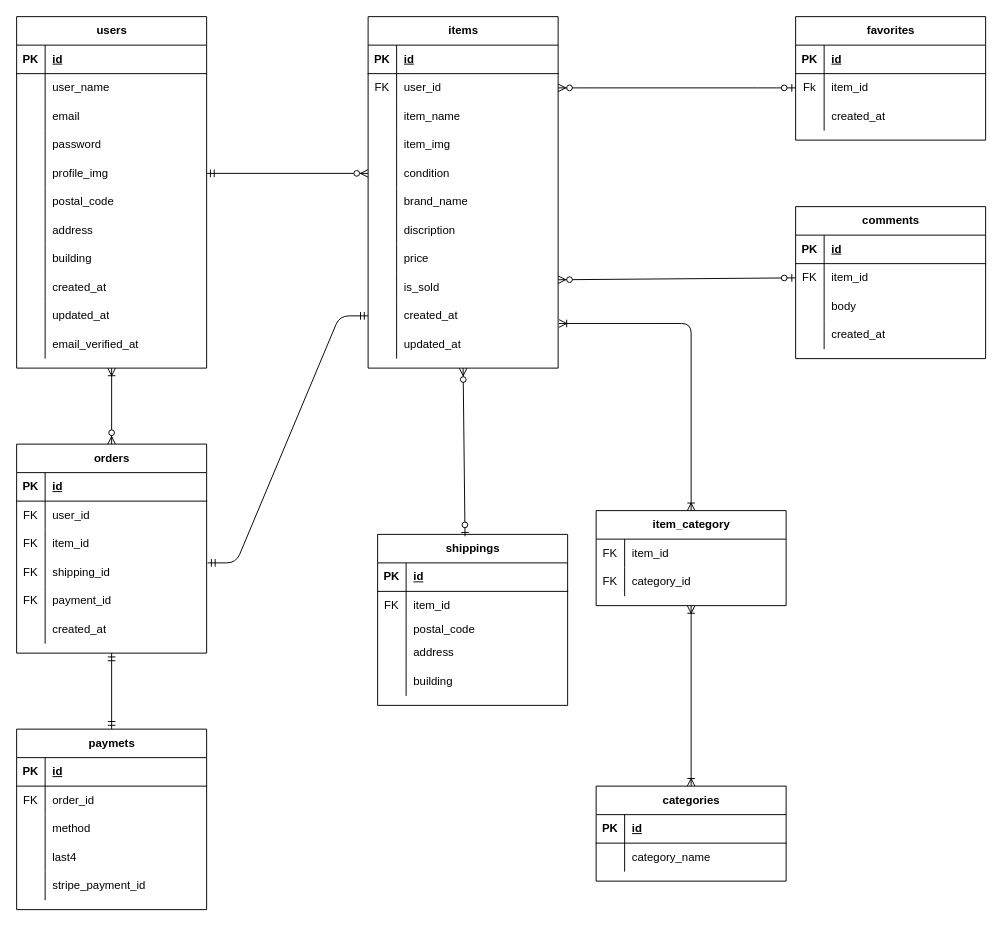
Before: flea-market-app.dio in hosokawauso/flea-market-app, a draw.io diagram. Source tidied: cells renumbered, new cells numbered last; positions are measured from the earlier drawing's top-left corner, leaving out a move shared by most shapes. Both pictures are drawn from the tidied source at 95%, with x=0, y=0 at pixel (16, 16).
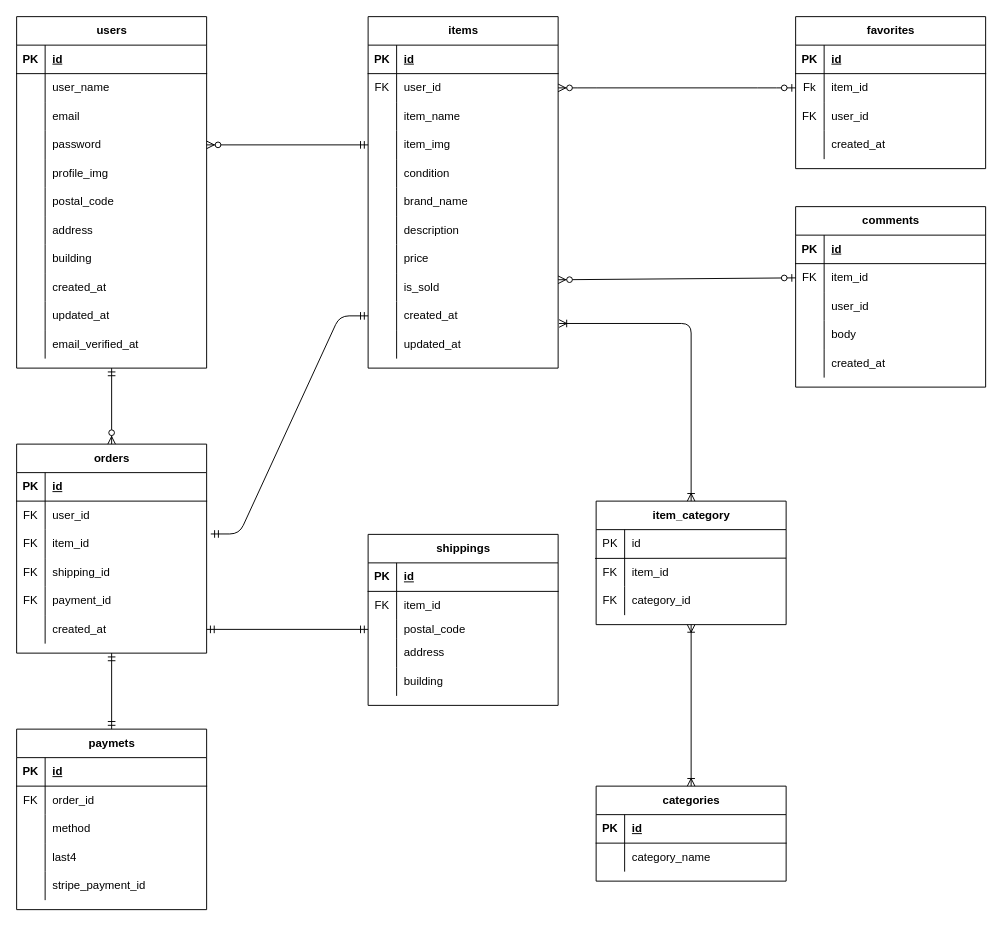
The same diagram, later.

The change refers to these unchanged cells:
```xml
<mxCell id="25" value="users" style="shape=table;startSize=30;childLayout=tableLayout;rowLines=0;fontStyle=1;align=center;html=1;" parent="1" vertex="1">
  <mxGeometry width="200" height="370" as="geometry" />
</mxCell>
<mxCell id="35" style="shape=tableRow;horizontal=0;startSize=0;swimlaneHead=0;swimlaneBody=0;fillColor=none;points=[[0,0.5],[1,0.5]];portConstraint=eastwest;top=0;left=0;right=0;bottom=0;" parent="25" vertex="1">
  <mxGeometry y="120" width="200" height="30" as="geometry" />
</mxCell>
<mxCell id="38" style="shape=tableRow;horizontal=0;startSize=0;swimlaneHead=0;swimlaneBody=0;fillColor=none;points=[[0,0.5],[1,0.5]];portConstraint=eastwest;top=0;left=0;right=0;bottom=0;" parent="25" vertex="1">
  <mxGeometry y="150" width="200" height="30" as="geometry" />
</mxCell>
<mxCell id="76" style="shape=tableRow;horizontal=0;startSize=0;swimlaneHead=0;swimlaneBody=0;fillColor=none;points=[[0,0.5],[1,0.5]];portConstraint=eastwest;top=0;left=0;right=0;bottom=0;" parent="69" vertex="1">
  <mxGeometry y="90" width="200" height="20" as="geometry" />
</mxCell>
<mxCell id="115" style="shape=tableRow;horizontal=0;startSize=0;swimlaneHead=0;swimlaneBody=0;fillColor=none;points=[[0,0.5],[1,0.5]];portConstraint=eastwest;top=0;left=0;right=0;bottom=0;" parent="105" vertex="1">
  <mxGeometry y="120" width="200" height="30" as="geometry" />
</mxCell>
<mxCell id="118" style="shape=tableRow;horizontal=0;startSize=0;swimlaneHead=0;swimlaneBody=0;fillColor=none;points=[[0,0.5],[1,0.5]];portConstraint=eastwest;top=0;left=0;right=0;bottom=0;" parent="105" vertex="1">
  <mxGeometry y="150" width="200" height="30" as="geometry" />
</mxCell>
<mxCell id="124" style="shape=tableRow;horizontal=0;startSize=0;swimlaneHead=0;swimlaneBody=0;fillColor=none;top=0;left=0;right=0;bottom=0;" parent="105" vertex="1">
  <mxGeometry y="210" width="200" height="30" as="geometry" />
</mxCell>
<mxCell id="133" style="shape=tableRow;horizontal=0;startSize=0;swimlaneHead=0;swimlaneBody=0;fillColor=none;points=[[0,0.5],[1,0.5]];portConstraint=eastwest;top=0;left=0;right=0;bottom=0;" parent="105" vertex="1">
  <mxGeometry y="300" width="200" height="30" as="geometry" />
</mxCell>
<mxCell id="139" value="orders" style="shape=table;startSize=30;childLayout=tableLayout;rowLines=0;fontStyle=1;align=center;html=1;" parent="1" vertex="1">
  <mxGeometry y="450" width="200" height="220" as="geometry" />
</mxCell>
<mxCell id="146" style="shape=tableRow;horizontal=0;startSize=0;swimlaneHead=0;swimlaneBody=0;fillColor=none;points=[[0,0.5],[1,0.5]];portConstraint=eastwest;top=0;left=0;right=0;bottom=0;" parent="139" vertex="1">
  <mxGeometry y="90" width="200" height="30" as="geometry" />
</mxCell>
<mxCell id="149" style="shape=tableRow;horizontal=0;startSize=0;swimlaneHead=0;swimlaneBody=0;fillColor=none;points=[[0,0.5],[1,0.5]];portConstraint=eastwest;top=0;left=0;right=0;bottom=0;" parent="139" vertex="1">
  <mxGeometry y="120" width="200" height="30" as="geometry" />
</mxCell>
<mxCell id="155" style="shape=tableRow;horizontal=0;startSize=0;swimlaneHead=0;swimlaneBody=0;fillColor=none;points=[[0,0.5],[1,0.5]];portConstraint=eastwest;top=0;left=0;right=0;bottom=0;" parent="139" vertex="1">
  <mxGeometry y="180" width="200" height="30" as="geometry" />
</mxCell>
```

What changed in the source:
```diff
@@
     <mxCell id="59" value="favorites" style="shape=table;startSize=30;childLayout=tableLayout;rowLines=0;fontStyle=1;align=center;html=1;" parent="1" vertex="1">
-      <mxGeometry x="820" width="200" height="130" as="geometry" />
+      <mxGeometry x="820" width="200" height="160" as="geometry" />
     </mxCell>
@@
+    <mxCell id="167" style="shape=tableRow;horizontal=0;startSize=0;swimlaneHead=0;swimlaneBody=0;fillColor=none;top=0;left=0;right=0;bottom=0;" parent="59" vertex="1">
+      <mxGeometry y="90" width="200" height="30" as="geometry" />
+    </mxCell>
+    <mxCell id="168" value="FK" style="shape=partialRectangle;fillColor=none;top=0;left=0;bottom=0;right=0;overflow=hidden;whiteSpace=wrap;html=1;" parent="167" vertex="1">
+      <mxGeometry width="30" height="30" as="geometry" />
+    </mxCell>
+    <mxCell id="169" value="user_id" style="shape=partialRectangle;fillColor=none;top=0;left=0;bottom=0;right=0;align=left;spacingLeft=6;overflow=hidden;whiteSpace=wrap;html=1;" parent="167" vertex="1">
+      <mxGeometry x="30" width="170" height="30" as="geometry" />
+    </mxCell>
     <mxCell id="66" style="shape=tableRow;horizontal=0;startSize=0;swimlaneHead=0;swimlaneBody=0;fillColor=none;top=0;left=0;right=0;bottom=0;" parent="59" vertex="1">
-      <mxGeometry y="90" width="200" height="30" as="geometry" />
+      <mxGeometry y="120" width="200" height="30" as="geometry" />
     </mxCell>
@@
     <mxCell id="69" value="shippings" style="shape=table;startSize=30;childLayout=tableLayout;rowLines=0;fontStyle=1;align=center;html=1;" parent="1" vertex="1">
-      <mxGeometry x="380" y="545" width="200" height="180" as="geometry" />
+      <mxGeometry x="370" y="545" width="200" height="180" as="geometry" />
     </mxCell>
@@
     <mxCell id="85" value="comments" style="shape=table;startSize=30;childLayout=tableLayout;rowLines=0;fontStyle=1;align=center;html=1;" parent="1" vertex="1">
-      <mxGeometry x="820" y="200" width="200" height="160" as="geometry" />
+      <mxGeometry x="820" y="200" width="200" height="190" as="geometry" />
     </mxCell>
@@
+    <mxCell id="170" style="shape=tableRow;horizontal=0;startSize=0;swimlaneHead=0;swimlaneBody=0;fillColor=none;top=0;left=0;right=0;bottom=0;" parent="85" vertex="1">
+      <mxGeometry y="90" width="200" height="30" as="geometry" />
+    </mxCell>
+    <mxCell id="171" style="shape=partialRectangle;fillColor=none;top=0;left=0;bottom=0;right=0;overflow=hidden;whiteSpace=wrap;html=1;" parent="170" vertex="1">
+      <mxGeometry width="30" height="30" as="geometry" />
+    </mxCell>
+    <mxCell id="172" value="user_id" style="shape=partialRectangle;fillColor=none;top=0;left=0;bottom=0;right=0;align=left;spacingLeft=6;overflow=hidden;whiteSpace=wrap;html=1;" parent="170" vertex="1">
+      <mxGeometry x="30" width="170" height="30" as="geometry" />
+    </mxCell>
     <mxCell id="92" style="shape=tableRow;horizontal=0;startSize=0;swimlaneHead=0;swimlaneBody=0;fillColor=none;top=0;left=0;right=0;bottom=0;" parent="85" vertex="1">
-      <mxGeometry y="90" width="200" height="30" as="geometry" />
+      <mxGeometry y="120" width="200" height="30" as="geometry" />
     </mxCell>
@@
     <mxCell id="95" style="shape=tableRow;horizontal=0;startSize=0;swimlaneHead=0;swimlaneBody=0;fillColor=none;top=0;left=0;right=0;bottom=0;" parent="85" vertex="1">
-      <mxGeometry y="120" width="200" height="30" as="geometry" />
+      <mxGeometry y="150" width="200" height="30" as="geometry" />
     </mxCell>
@@
     <mxCell id="98" value="item_category" style="shape=table;startSize=30;childLayout=tableLayout;rowLines=0;fontStyle=1;align=center;html=1;" parent="1" vertex="1">
-      <mxGeometry x="610" y="520" width="200" height="100" as="geometry" />
+      <mxGeometry x="610" y="510" width="200" height="130" as="geometry" />
     </mxCell>
+    <mxCell id="173" style="shape=tableRow;horizontal=0;startSize=0;swimlaneHead=0;swimlaneBody=0;fillColor=none;top=0;left=0;right=0;bottom=0;" parent="98" vertex="1">
+      <mxGeometry y="30" width="200" height="30" as="geometry" />
+    </mxCell>
+    <mxCell id="174" value="PK" style="shape=partialRectangle;fillColor=none;top=0;left=0;bottom=0;right=0;overflow=hidden;whiteSpace=wrap;html=1;" parent="173" vertex="1">
+      <mxGeometry width="30" height="30" as="geometry" />
+    </mxCell>
+    <mxCell id="175" value="id" style="shape=partialRectangle;fillColor=none;top=0;left=0;bottom=0;right=0;align=left;spacingLeft=6;overflow=hidden;whiteSpace=wrap;html=1;" parent="173" vertex="1">
+      <mxGeometry x="30" width="170" height="30" as="geometry" />
+    </mxCell>
     <mxCell id="99" style="shape=tableRow;horizontal=0;startSize=0;swimlaneHead=0;swimlaneBody=0;fillColor=none;points=[[0,0.5],[1,0.5]];portConstraint=eastwest;top=0;left=0;right=0;bottom=0;" parent="98" vertex="1">
-      <mxGeometry y="30" width="200" height="30" as="geometry" />
+      <mxGeometry y="60" width="200" height="30" as="geometry" />
     </mxCell>
@@
     <mxCell id="102" style="shape=tableRow;horizontal=0;startSize=0;swimlaneHead=0;swimlaneBody=0;fillColor=none;top=0;left=0;right=0;bottom=0;" parent="98" vertex="1">
-      <mxGeometry y="60" width="200" height="30" as="geometry" />
+      <mxGeometry y="90" width="200" height="30" as="geometry" />
     </mxCell>
@@
-    <mxCell id="126" value="discription" style="shape=partialRectangle;fillColor=none;top=0;left=0;bottom=0;right=0;align=left;spacingLeft=6;overflow=hidden;whiteSpace=wrap;html=1;" parent="124" vertex="1">
+    <mxCell id="126" value="description" style="shape=partialRectangle;fillColor=none;top=0;left=0;bottom=0;right=0;align=left;spacingLeft=6;overflow=hidden;whiteSpace=wrap;html=1;" parent="124" vertex="1">
       <mxGeometry x="30" width="170" height="30" as="geometry" />
     </mxCell>
@@
-    <mxCell id="160" style="edgeStyle=entityRelationEdgeStyle;fontSize=12;html=1;endArrow=ERmandOne;startArrow=ERmandOne;entryX=0;entryY=0.5;entryDx=0;entryDy=0;exitX=1.005;exitY=0.167;exitDx=0;exitDy=0;exitPerimeter=0;" parent="1" edge="1" source="149" target="133">
+    <mxCell id="160" style="edgeStyle=entityRelationEdgeStyle;fontSize=12;html=1;endArrow=ERmandOne;startArrow=ERmandOne;entryX=0;entryY=0.5;entryDx=0;entryDy=0;exitX=1.022;exitY=0.152;exitDx=0;exitDy=0;exitPerimeter=0;" parent="1" edge="1" source="146" target="133">
       <mxGeometry relative="1" as="geometry" />
     </mxCell>
-    <mxCell id="161" style="fontSize=12;html=1;endArrow=ERoneToMany;startArrow=ERzeroToMany;entryX=0.5;entryY=1;entryDx=0;entryDy=0;exitX=0.5;exitY=0;exitDx=0;exitDy=0;" parent="1" edge="1" source="139" target="25">
-      <mxGeometry relative="1" as="geometry" />
-    </mxCell>
-    <mxCell id="162" style="fontSize=12;html=1;endArrow=ERzeroToMany;startArrow=ERzeroToOne;exitX=0.46;exitY=0.011;exitDx=0;exitDy=0;exitPerimeter=0;" parent="1" edge="1" source="69">
-      <mxGeometry relative="1" as="geometry">
-        <mxPoint x="470" y="370" as="targetPoint" />
-      </mxGeometry>
-    </mxCell>
-    <mxCell id="163" style="fontSize=12;html=1;endArrow=ERzeroToMany;startArrow=ERmandOne;exitX=1;exitY=0.5;exitDx=0;exitDy=0;entryX=0;entryY=0.5;entryDx=0;entryDy=0;" parent="1" edge="1" source="38" target="118">
+    <mxCell id="163" style="fontSize=12;html=1;endArrow=ERzeroToMany;startArrow=ERmandOne;entryX=1;entryY=0.5;entryDx=0;entryDy=0;exitX=0;exitY=0.5;exitDx=0;exitDy=0;" parent="1" edge="1" source="115" target="35">
       <mxGeometry relative="1" as="geometry" />
     </mxCell>
@@
+    <mxCell id="176" style="endArrow=none;html=1;rounded=0;exitX=-0.006;exitY=0.01;exitDx=0;exitDy=0;exitPerimeter=0;" parent="1" edge="1" source="99">
+      <mxGeometry relative="1" as="geometry">
+        <mxPoint x="810" y="570" as="targetPoint" />
+      </mxGeometry>
+    </mxCell>
+    <mxCell id="177" style="fontSize=12;html=1;endArrow=ERmandOne;startArrow=ERmandOne;exitX=1;exitY=0.5;exitDx=0;exitDy=0;entryX=0;entryY=0.5;entryDx=0;entryDy=0;" parent="1" edge="1" source="155" target="76">
+      <mxGeometry relative="1" as="geometry" />
+    </mxCell>
+    <mxCell id="178" style="fontSize=12;html=1;endArrow=ERzeroToMany;startArrow=ERmandOne;exitX=0.5;exitY=1;exitDx=0;exitDy=0;entryX=0.5;entryY=0;entryDx=0;entryDy=0;" parent="1" edge="1" source="25" target="139">
+      <mxGeometry relative="1" as="geometry" />
+    </mxCell>
```
